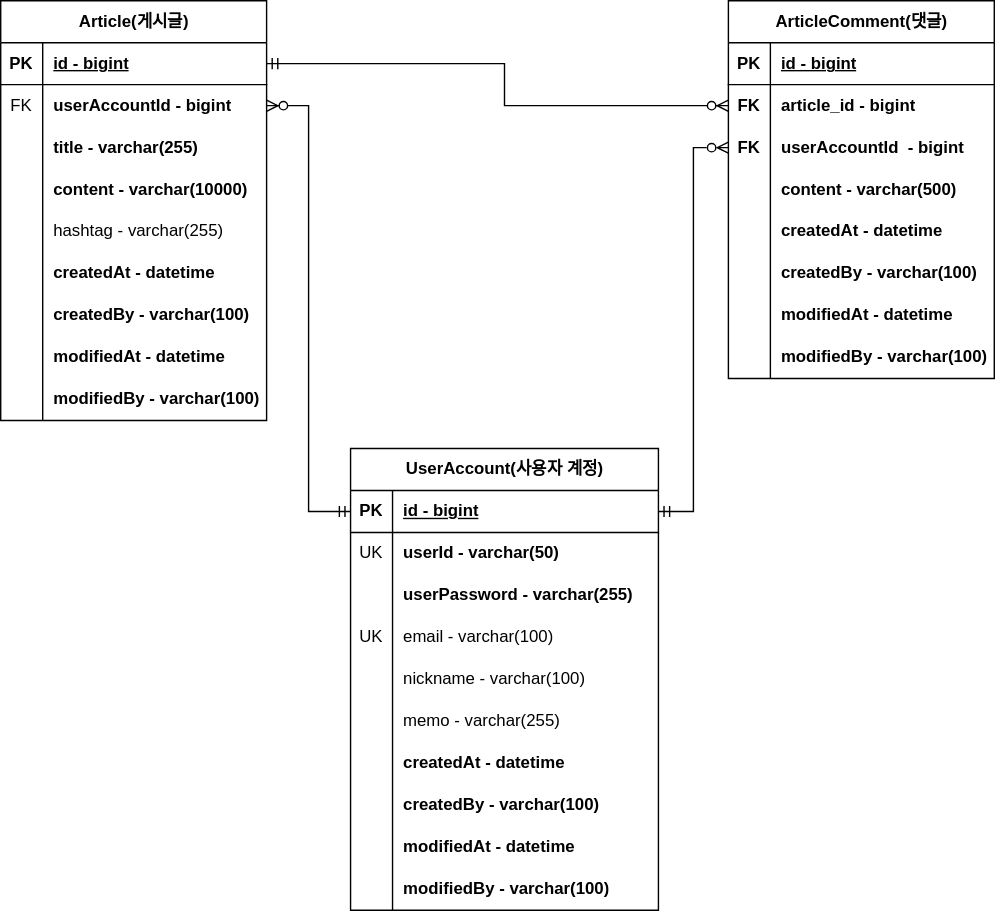
Before: document/project-board-erd.svg, a diagram exported from draw.io (minyongP/project-board). Source tidied: cells renumbered, new cells last; positions are measured from the earlier drawing's top-left corner, leaving out a move shared by most shapes.
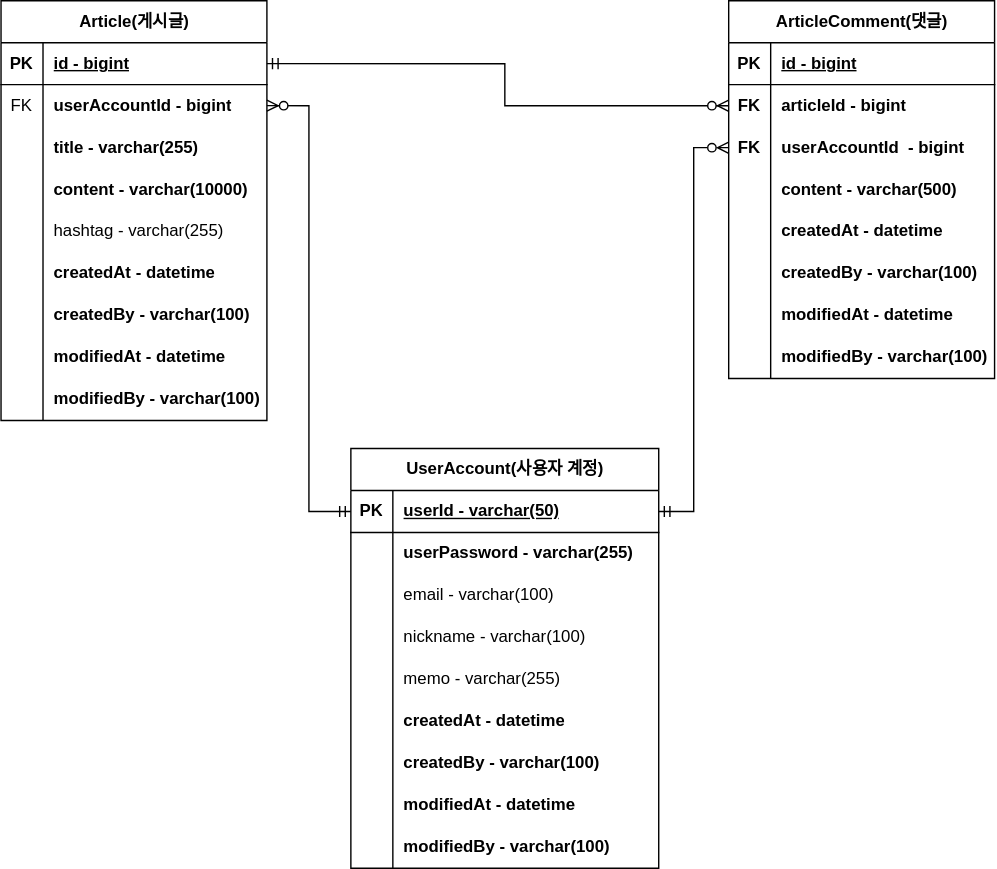
The same diagram one commit later.

Commit message:
#38 -  erd 수정 : userId를 PK로 변경

Diff of the diagram source:
```diff
@@ -104,7 +104,7 @@
     <mxCell id="35" value="FK" style="shape=partialRectangle;fillColor=none;top=0;left=0;bottom=0;right=0;overflow=hidden;whiteSpace=wrap;html=1;fontStyle=1;" parent="34" vertex="1">
       <mxGeometry width="30" height="30" as="geometry" />
     </mxCell>
-    <mxCell id="36" value="article_id - bigint" style="shape=partialRectangle;fillColor=none;top=0;left=0;bottom=0;right=0;align=left;spacingLeft=6;overflow=hidden;whiteSpace=wrap;html=1;fontStyle=1;" parent="34" vertex="1">
+    <mxCell id="36" value="articleId - bigint" style="shape=partialRectangle;fillColor=none;top=0;left=0;bottom=0;right=0;align=left;spacingLeft=6;overflow=hidden;whiteSpace=wrap;html=1;fontStyle=1;" parent="34" vertex="1">
       <mxGeometry x="30" width="160" height="30" as="geometry" />
     </mxCell>
     <mxCell id="37" style="shape=tableRow;horizontal=0;startSize=0;swimlaneHead=0;swimlaneBody=0;fillColor=none;points=[[0,0.5],[1,0.5]];portConstraint=eastwest;top=0;left=0;right=0;bottom=0;" parent="30" vertex="1">
@@ -170,7 +170,7 @@
       </mxGeometry>
     </mxCell>
     <mxCell id="56" value="UserAccount(사용자 계정)" style="shape=table;startSize=30;rowLines=0;fontStyle=1;align=center;html=1;" parent="1" vertex="1">
-      <mxGeometry x="250" y="320" width="220" height="330" as="geometry" />
+      <mxGeometry x="250" y="320" width="220" height="300" as="geometry" />
     </mxCell>
     <mxCell id="57" style="shape=tableRow;horizontal=0;startSize=0;swimlaneHead=0;swimlaneBody=0;fillColor=none;points=[[0,0.5],[1,0.5]];portConstraint=eastwest;top=0;left=0;right=0;bottom=1;" parent="56" vertex="1">
       <mxGeometry y="30" width="220" height="30" as="geometry" />
@@ -178,20 +178,11 @@
     <mxCell id="58" value="PK" style="shape=partialRectangle;fillColor=none;top=0;left=0;bottom=0;right=0;fontStyle=1;overflow=hidden;whiteSpace=wrap;html=1;" parent="57" vertex="1">
       <mxGeometry width="30" height="30" as="geometry" />
     </mxCell>
-    <mxCell id="59" value="id - bigint" style="shape=partialRectangle;fillColor=none;top=0;left=0;bottom=0;right=0;align=left;spacingLeft=6;fontStyle=5;overflow=hidden;whiteSpace=wrap;html=1;" parent="57" vertex="1">
+    <mxCell id="59" value="userId - varchar(50)" style="shape=partialRectangle;fillColor=none;top=0;left=0;bottom=0;right=0;align=left;spacingLeft=6;fontStyle=5;overflow=hidden;whiteSpace=wrap;html=1;" parent="57" vertex="1">
       <mxGeometry x="30" width="190" height="30" as="geometry" />
     </mxCell>
-    <mxCell id="60" style="shape=tableRow;horizontal=0;startSize=0;swimlaneHead=0;swimlaneBody=0;fillColor=none;top=0;left=0;right=0;bottom=0;" parent="56" vertex="1">
-      <mxGeometry y="60" width="220" height="30" as="geometry" />
-    </mxCell>
-    <mxCell id="61" value="UK" style="shape=partialRectangle;fillColor=none;top=0;left=0;bottom=0;right=0;overflow=hidden;whiteSpace=wrap;html=1;" parent="60" vertex="1">
-      <mxGeometry width="30" height="30" as="geometry" />
-    </mxCell>
-    <mxCell id="62" value="userId - varchar(50)" style="shape=partialRectangle;fillColor=none;top=0;left=0;bottom=0;right=0;align=left;spacingLeft=6;overflow=hidden;whiteSpace=wrap;html=1;fontStyle=1;" parent="60" vertex="1">
-      <mxGeometry x="30" width="190" height="30" as="geometry" />
-    </mxCell>
     <mxCell id="63" style="shape=tableRow;horizontal=0;startSize=0;swimlaneHead=0;swimlaneBody=0;fillColor=none;top=0;left=0;right=0;bottom=0;" parent="56" vertex="1">
-      <mxGeometry y="90" width="220" height="30" as="geometry" />
+      <mxGeometry y="60" width="220" height="30" as="geometry" />
     </mxCell>
     <mxCell id="64" style="shape=partialRectangle;fillColor=none;top=0;left=0;bottom=0;right=0;overflow=hidden;whiteSpace=wrap;html=1;" parent="63" vertex="1">
       <mxGeometry width="30" height="30" as="geometry" />
@@ -200,16 +191,16 @@
       <mxGeometry x="30" width="190" height="30" as="geometry" />
     </mxCell>
     <mxCell id="66" style="shape=tableRow;horizontal=0;startSize=0;swimlaneHead=0;swimlaneBody=0;fillColor=none;top=0;left=0;right=0;bottom=0;" parent="56" vertex="1">
-      <mxGeometry y="120" width="220" height="30" as="geometry" />
+      <mxGeometry y="90" width="220" height="30" as="geometry" />
     </mxCell>
-    <mxCell id="67" value="UK" style="shape=partialRectangle;fillColor=none;top=0;left=0;bottom=0;right=0;overflow=hidden;whiteSpace=wrap;html=1;" parent="66" vertex="1">
+    <mxCell id="67" style="shape=partialRectangle;fillColor=none;top=0;left=0;bottom=0;right=0;overflow=hidden;whiteSpace=wrap;html=1;" parent="66" vertex="1">
       <mxGeometry width="30" height="30" as="geometry" />
     </mxCell>
     <mxCell id="68" value="email - varchar(100)" style="shape=partialRectangle;fillColor=none;top=0;left=0;bottom=0;right=0;align=left;spacingLeft=6;overflow=hidden;whiteSpace=wrap;html=1;fontStyle=0;" parent="66" vertex="1">
       <mxGeometry x="30" width="190" height="30" as="geometry" />
     </mxCell>
     <mxCell id="69" style="shape=tableRow;horizontal=0;startSize=0;swimlaneHead=0;swimlaneBody=0;fillColor=none;top=0;left=0;right=0;bottom=0;" parent="56" vertex="1">
-      <mxGeometry y="150" width="220" height="30" as="geometry" />
+      <mxGeometry y="120" width="220" height="30" as="geometry" />
     </mxCell>
     <mxCell id="70" style="shape=partialRectangle;fillColor=none;top=0;left=0;bottom=0;right=0;overflow=hidden;whiteSpace=wrap;html=1;" parent="69" vertex="1">
       <mxGeometry width="30" height="30" as="geometry" />
@@ -218,7 +209,7 @@
       <mxGeometry x="30" width="190" height="30" as="geometry" />
     </mxCell>
     <mxCell id="72" style="shape=tableRow;horizontal=0;startSize=0;swimlaneHead=0;swimlaneBody=0;fillColor=none;top=0;left=0;right=0;bottom=0;" parent="56" vertex="1">
-      <mxGeometry y="180" width="220" height="30" as="geometry" />
+      <mxGeometry y="150" width="220" height="30" as="geometry" />
     </mxCell>
     <mxCell id="73" style="shape=partialRectangle;fillColor=none;top=0;left=0;bottom=0;right=0;overflow=hidden;whiteSpace=wrap;html=1;" parent="72" vertex="1">
       <mxGeometry width="30" height="30" as="geometry" />
@@ -227,7 +218,7 @@
       <mxGeometry x="30" width="190" height="30" as="geometry" />
     </mxCell>
     <mxCell id="75" style="shape=tableRow;horizontal=0;startSize=0;swimlaneHead=0;swimlaneBody=0;fillColor=none;top=0;left=0;right=0;bottom=0;" parent="56" vertex="1">
-      <mxGeometry y="210" width="220" height="30" as="geometry" />
+      <mxGeometry y="180" width="220" height="30" as="geometry" />
     </mxCell>
     <mxCell id="76" style="shape=partialRectangle;fillColor=none;top=0;left=0;bottom=0;right=0;overflow=hidden;whiteSpace=wrap;html=1;" parent="75" vertex="1">
       <mxGeometry width="30" height="30" as="geometry" />
@@ -236,7 +227,7 @@
       <mxGeometry x="30" width="190" height="30" as="geometry" />
     </mxCell>
     <mxCell id="78" style="shape=tableRow;horizontal=0;startSize=0;swimlaneHead=0;swimlaneBody=0;fillColor=none;top=0;left=0;right=0;bottom=0;" parent="56" vertex="1">
-      <mxGeometry y="240" width="220" height="30" as="geometry" />
+      <mxGeometry y="210" width="220" height="30" as="geometry" />
     </mxCell>
     <mxCell id="79" style="shape=partialRectangle;fillColor=none;top=0;left=0;bottom=0;right=0;overflow=hidden;whiteSpace=wrap;html=1;" parent="78" vertex="1">
       <mxGeometry width="30" height="30" as="geometry" />
@@ -245,7 +236,7 @@
       <mxGeometry x="30" width="190" height="30" as="geometry" />
     </mxCell>
     <mxCell id="81" style="shape=tableRow;horizontal=0;startSize=0;swimlaneHead=0;swimlaneBody=0;fillColor=none;top=0;left=0;right=0;bottom=0;" parent="56" vertex="1">
-      <mxGeometry y="270" width="220" height="30" as="geometry" />
+      <mxGeometry y="240" width="220" height="30" as="geometry" />
     </mxCell>
     <mxCell id="82" style="shape=partialRectangle;fillColor=none;top=0;left=0;bottom=0;right=0;overflow=hidden;whiteSpace=wrap;html=1;" parent="81" vertex="1">
       <mxGeometry width="30" height="30" as="geometry" />
@@ -254,7 +245,7 @@
       <mxGeometry x="30" width="190" height="30" as="geometry" />
     </mxCell>
     <mxCell id="84" style="shape=tableRow;horizontal=0;startSize=0;swimlaneHead=0;swimlaneBody=0;fillColor=none;top=0;left=0;right=0;bottom=0;" parent="56" vertex="1">
-      <mxGeometry y="300" width="220" height="30" as="geometry" />
+      <mxGeometry y="270" width="220" height="30" as="geometry" />
     </mxCell>
     <mxCell id="85" style="shape=partialRectangle;fillColor=none;top=0;left=0;bottom=0;right=0;overflow=hidden;whiteSpace=wrap;html=1;" parent="84" vertex="1">
       <mxGeometry width="30" height="30" as="geometry" />
```
